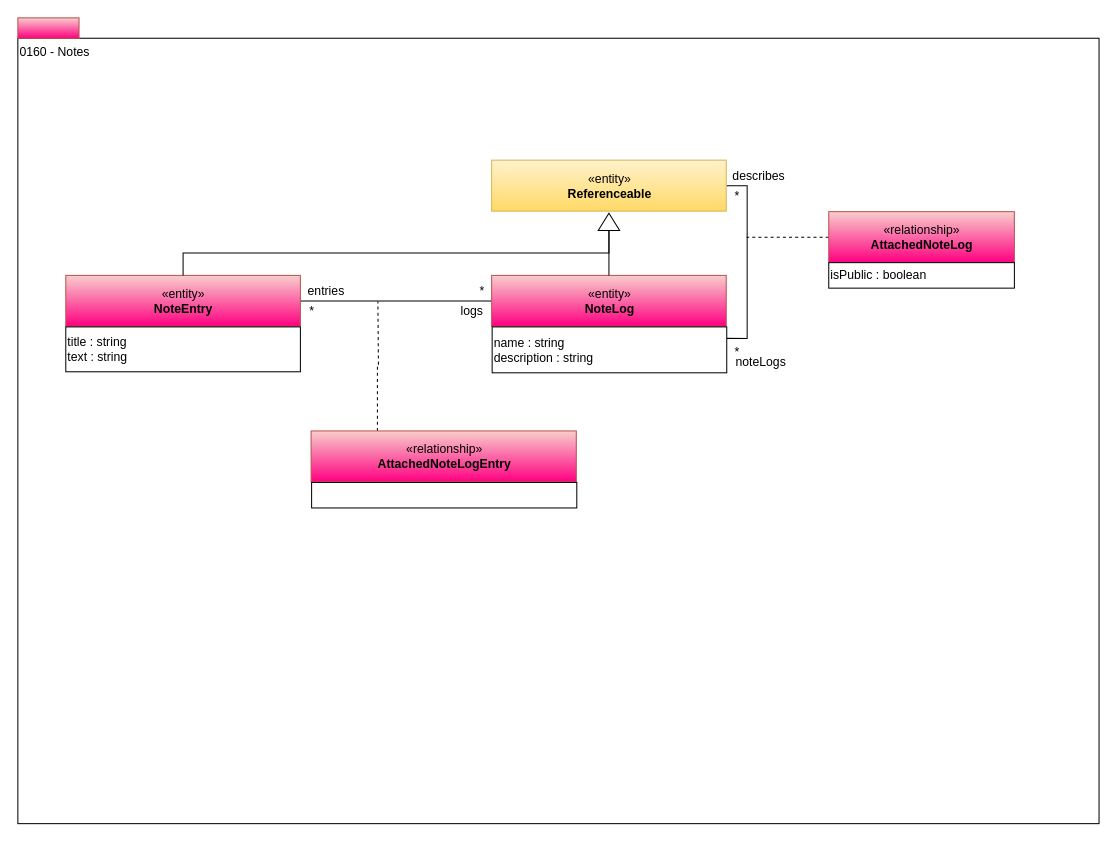
The draw.io diagram page "0160-Notes" (13 of 13) of open-metadata-publication/website/open-metadata-types/area-1-collaboration.drawio in odpi/egeria, before the edit. Source tidied: cells renumbered, new cells numbered last; positions are measured from the earlier drawing's top-left corner, leaving out a move shared by most shapes. Both pictures are drawn from the tidied source at 102%, with x=0, y=0 at pixel (17, 17).
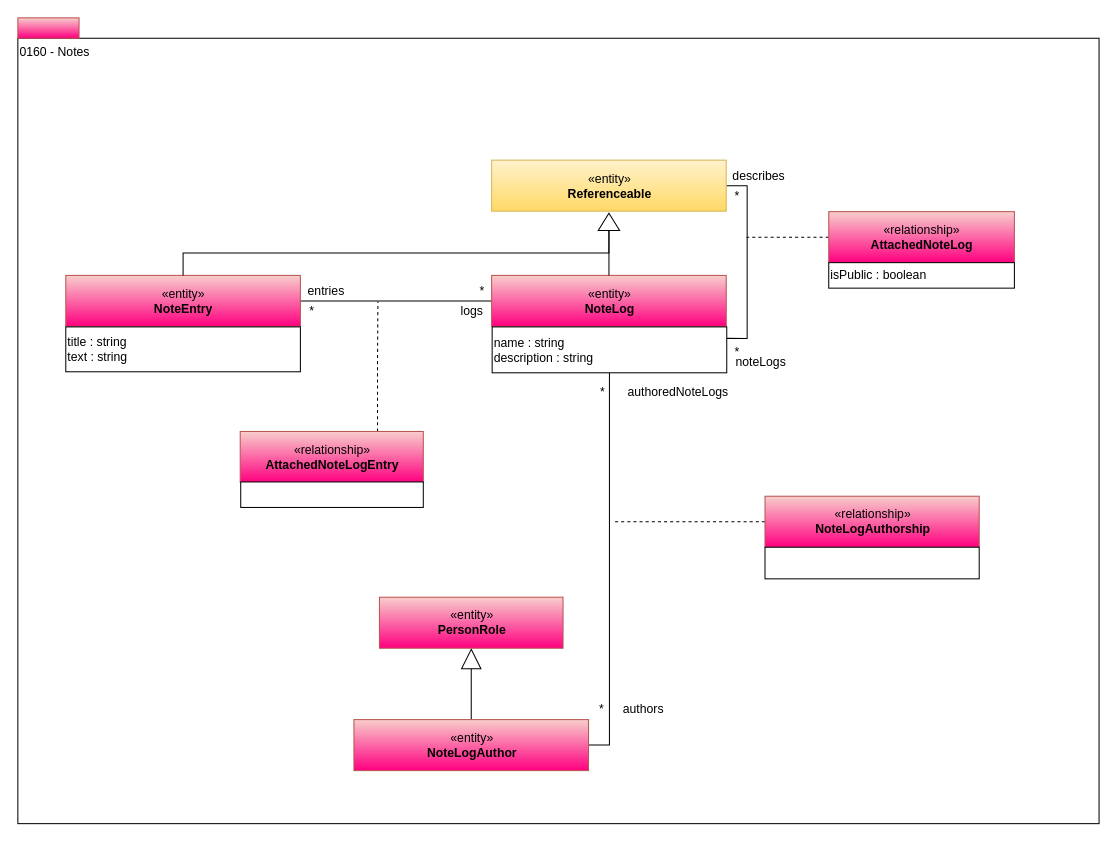
The same page after the edit.

Unchanged cells that the change refers to:
```xml
<mxCell id="7" value="name : string&lt;br&gt;description : string&lt;br&gt;" style="rounded=0;whiteSpace=wrap;html=1;align=left;" parent="1" vertex="1">
  <mxGeometry x="465" y="303" width="230" height="45" as="geometry" />
</mxCell>
```

Change to the diagram source:
```diff
@@
-    <mxCell id="10" style="edgeStyle=orthogonalEdgeStyle;rounded=0;html=1;exitX=0.25;exitY=0;endArrow=none;endFill=0;jettySize=auto;dashed=1;" parent="1" edge="1" source="11">
+    <mxCell id="10" style="edgeStyle=orthogonalEdgeStyle;rounded=0;html=1;exitX=0.75;exitY=0;endArrow=none;endFill=0;jettySize=auto;dashed=1;exitDx=0;exitDy=0;" parent="1" edge="1" source="11">
       <mxGeometry relative="1" as="geometry">
         <mxPoint x="353" y="278" as="targetPoint" />
       </mxGeometry>
     </mxCell>
     <mxCell id="11" value="«relationship»&lt;br&gt;&lt;b&gt;AttachedNoteLogEntry&lt;/b&gt;" style="html=1;strokeColor=#b85450;align=center;fillColor=#f8cecc;gradientColor=#FF0080;" parent="1" vertex="1">
-      <mxGeometry x="287.5" y="405" width="260" height="50" as="geometry" />
+      <mxGeometry x="218" y="405.5" width="179.5" height="50" as="geometry" />
     </mxCell>
@@
     <mxCell id="15" style="rounded=0;whiteSpace=wrap;html=1;strokeColor=#000000;gradientColor=#ffffff;align=left;" parent="1" vertex="1">
-      <mxGeometry x="288" y="455.5" width="260" height="25" as="geometry" />
+      <mxGeometry x="218.5" y="455" width="179" height="25" as="geometry" />
     </mxCell>
@@
+    <mxCell id="28" style="edgeStyle=orthogonalEdgeStyle;rounded=0;html=1;endArrow=none;endFill=0;jettySize=auto;entryX=1;entryY=0.5;entryDx=0;entryDy=0;" parent="1" edge="1" source="7" target="30">
+      <mxGeometry relative="1" as="geometry">
+        <Array as="points">
+          <mxPoint x="580" y="713" />
+        </Array>
+      </mxGeometry>
+    </mxCell>
+    <mxCell id="29" style="edgeStyle=orthogonalEdgeStyle;rounded=0;jettySize=auto;html=1;exitX=0.5;exitY=0;exitDx=0;exitDy=0;endArrow=block;endFill=0;strokeWidth=1;endSize=18;" parent="1" edge="1" source="30" target="38">
+      <mxGeometry relative="1" as="geometry" />
+    </mxCell>
+    <mxCell id="30" value="«entity»&lt;br&gt;&lt;b&gt;NoteLogAuthor&lt;/b&gt;" style="html=1;strokeColor=#b85450;align=center;fillColor=#f8cecc;gradientColor=#FF0080;" parent="1" vertex="1">
+      <mxGeometry x="329.5" y="688" width="230" height="50" as="geometry" />
+    </mxCell>
+    <mxCell id="31" value="*" style="text;html=1;align=center;verticalAlign=top;spacingTop=-4;" parent="1" vertex="1">
+      <mxGeometry x="562.5" y="357" width="20" height="20" as="geometry" />
+    </mxCell>
+    <mxCell id="32" value="*" style="text;html=1;align=center;verticalAlign=top;spacingTop=-4;" parent="1" vertex="1">
+      <mxGeometry x="562" y="668" width="20" height="20" as="geometry" />
+    </mxCell>
+    <mxCell id="33" value="authoredNoteLogs" style="text;html=1;align=center;verticalAlign=top;spacingTop=-4;" parent="1" vertex="1">
+      <mxGeometry x="592" y="357" width="110" height="20" as="geometry" />
+    </mxCell>
+    <mxCell id="34" value="authors" style="text;html=1;align=center;verticalAlign=top;spacingTop=-4;" parent="1" vertex="1">
+      <mxGeometry x="582.5" y="668" width="60" height="20" as="geometry" />
+    </mxCell>
+    <mxCell id="35" style="edgeStyle=orthogonalEdgeStyle;rounded=0;html=1;exitX=0;exitY=0.5;endArrow=none;endFill=0;jettySize=auto;dashed=1;" parent="1" edge="1" source="36">
+      <mxGeometry relative="1" as="geometry">
+        <mxPoint x="582.5" y="494" as="targetPoint" />
+      </mxGeometry>
+    </mxCell>
+    <mxCell id="36" value="«relationship»&lt;br&gt;&lt;b&gt;NoteLogAuthorship&lt;/b&gt;" style="html=1;strokeColor=#b85450;align=center;fillColor=#f8cecc;gradientColor=#FF0080;" parent="1" vertex="1">
+      <mxGeometry x="732.5" y="469" width="210" height="50" as="geometry" />
+    </mxCell>
+    <mxCell id="37" style="rounded=0;whiteSpace=wrap;html=1;strokeColor=#000000;gradientColor=#ffffff;align=left;" parent="1" vertex="1">
+      <mxGeometry x="732.5" y="519" width="210" height="31" as="geometry" />
+    </mxCell>
+    <mxCell id="38" value="«entity»&lt;br&gt;&lt;b&gt;PersonRole&lt;/b&gt;" style="html=1;strokeColor=#b85450;align=center;fillColor=#f8cecc;gradientColor=#FF0080;" parent="1" vertex="1">
+      <mxGeometry x="354.5" y="568" width="180" height="50" as="geometry" />
+    </mxCell>
```
